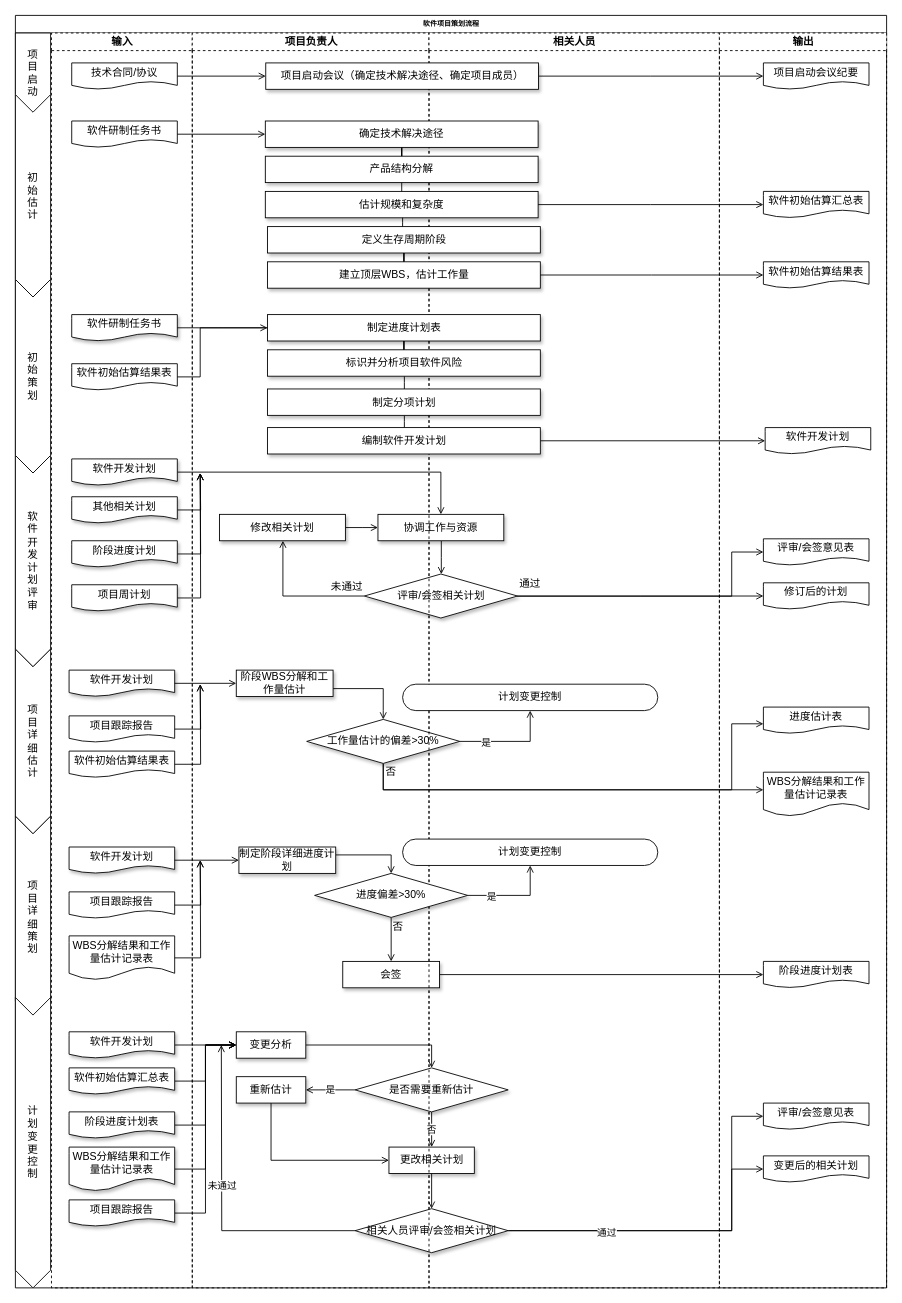
The draw.io diagram 国军标5000A-文审-项目策划过程域.drawio in ColonelDarcy2018/excelsior, before the edit. Source tidied: cells renumbered, new cells numbered last; positions are measured from the earlier drawing's top-left corner, leaving out a move shared by most shapes. Both pictures are drawn from the tidied source at 88%, with x=0, y=0 at pixel (15, 15).
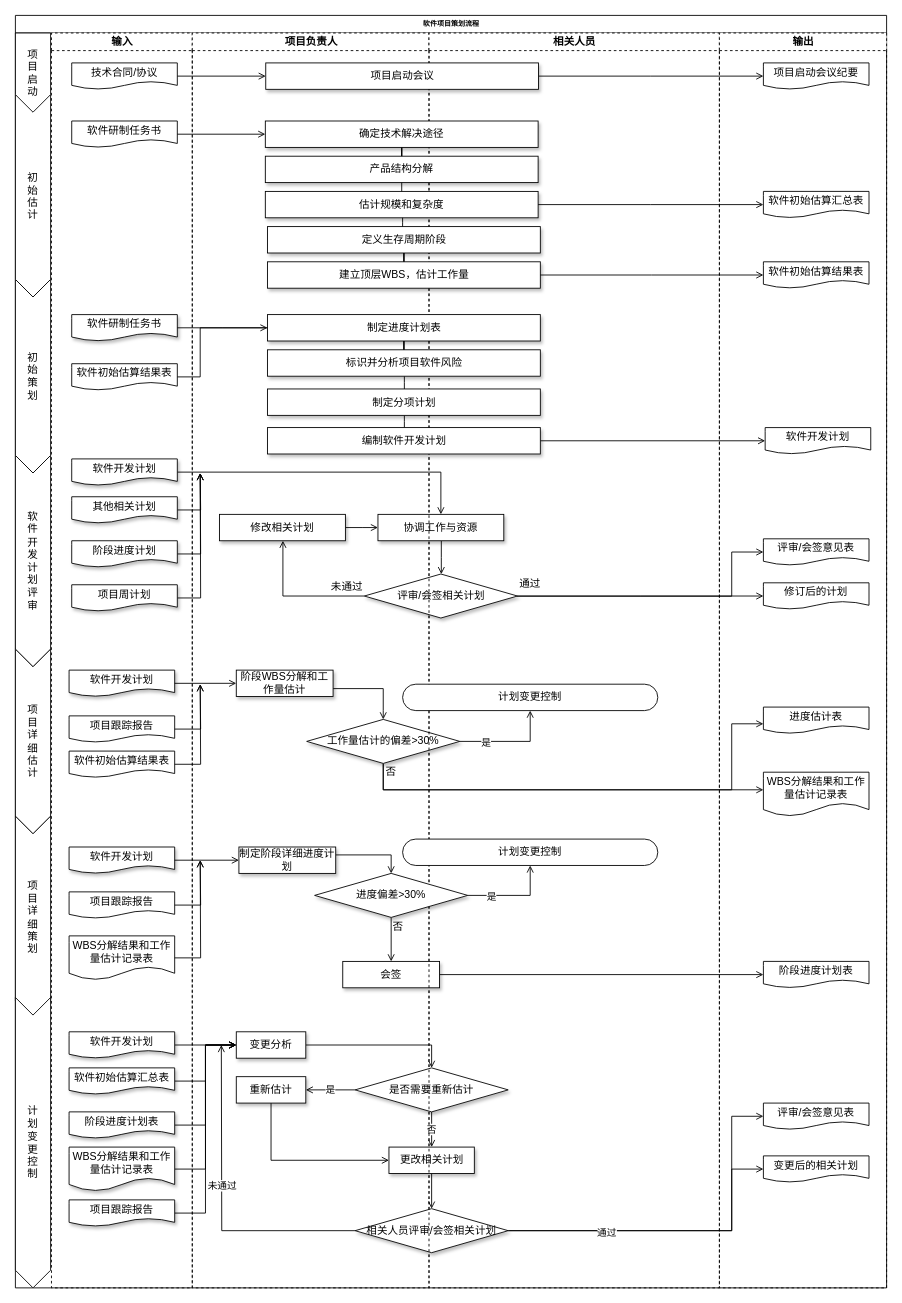
Above is the later version.

Commit message:
Update 国军标5000A-文审-项目策划过程域.drawio

What changed in the source:
```diff
@@
-    <mxCell id="85" value="项目启动会议（确定技术解决途径、确定项目成员）" style="rounded=0;whiteSpace=wrap;html=1;shadow=1;fontSize=12;" parent="1" vertex="1">
+    <mxCell id="85" value="项目启动会议" style="rounded=0;whiteSpace=wrap;html=1;shadow=1;fontSize=12;" parent="1" vertex="1">
       <mxGeometry x="284.5" y="54" width="310" height="30" as="geometry" />
     </mxCell>
```
